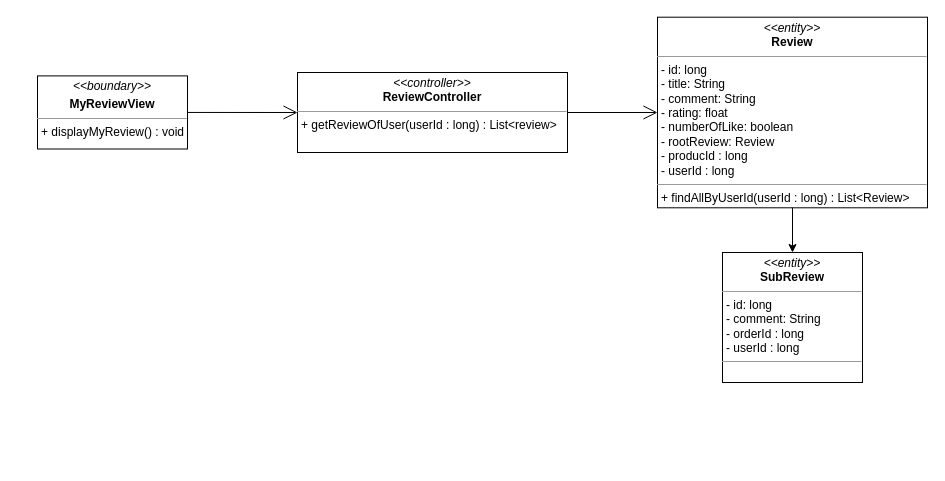
nguyenphamvan/datn_20202 keeps this draw.io diagram as class diagram/view-myReview-class-diagram.drawio. Above is the earlier version. Source tidied: cells renumbered, new cells numbered last; positions are measured from the earlier drawing's top-left corner, leaving out a move shared by most shapes. Both pictures are drawn from the tidied source at 100%, with x=0, y=0 at pixel (37, 17).
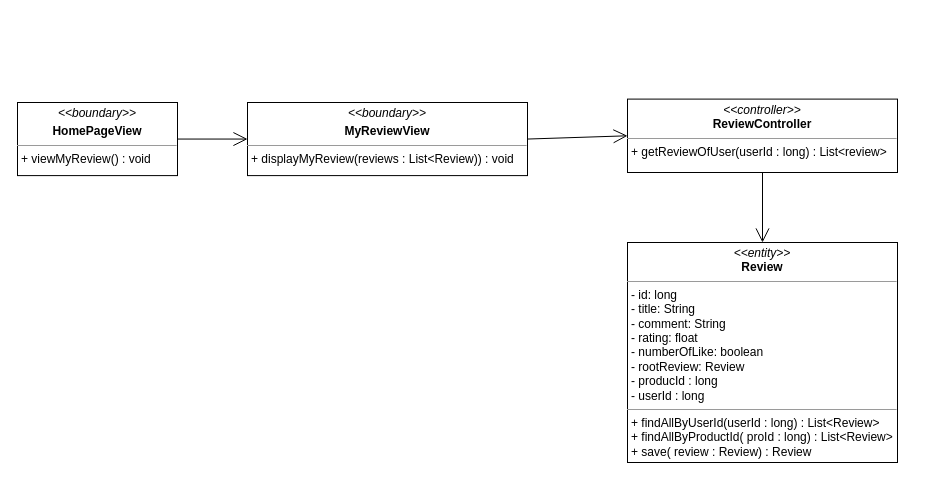
Above is the later version.

Diff of the diagram source:
```diff
@@
 <mxGraphModel>
   <root>
     <mxCell id="0" />
     <mxCell id="1" parent="0" />
-    <mxCell id="2" value="&lt;p style=&quot;margin: 0px ; margin-top: 4px ; text-align: center&quot;&gt;&lt;i&gt;&amp;lt;&amp;lt;boundary&amp;gt;&amp;gt;&lt;/i&gt;&lt;/p&gt;&lt;p style=&quot;margin: 0px ; margin-top: 4px ; text-align: center&quot;&gt;&lt;b&gt;MyReviewView&lt;/b&gt;&lt;/p&gt;&lt;hr size=&quot;1&quot;&gt;&lt;p style=&quot;margin: 0px ; margin-left: 4px&quot;&gt;&lt;span&gt;+ displayMyReview() : void&lt;/span&gt;&lt;br&gt;&lt;/p&gt;" style="verticalAlign=top;align=left;overflow=fill;fontSize=12;fontFamily=Helvetica;html=1;" parent="1" vertex="1">
-      <mxGeometry y="58.4" width="150" height="73.1" as="geometry" />
+    <mxCell id="2" value="&lt;p style=&quot;margin: 0px ; margin-top: 4px ; text-align: center&quot;&gt;&lt;i&gt;&amp;lt;&amp;lt;boundary&amp;gt;&amp;gt;&lt;/i&gt;&lt;/p&gt;&lt;p style=&quot;margin: 0px ; margin-top: 4px ; text-align: center&quot;&gt;&lt;b&gt;MyReviewView&lt;/b&gt;&lt;/p&gt;&lt;hr size=&quot;1&quot;&gt;&lt;p style=&quot;margin: 0px ; margin-left: 4px&quot;&gt;&lt;span&gt;+ displayMyReview(reviews : List&amp;lt;Review)) : void&lt;/span&gt;&lt;br&gt;&lt;/p&gt;" style="verticalAlign=top;align=left;overflow=fill;fontSize=12;fontFamily=Helvetica;html=1;" parent="1" vertex="1">
+      <mxGeometry x="210" y="85" width="280" height="73.1" as="geometry" />
     </mxCell>
     <mxCell id="3" style="endArrow=open;endFill=1;endSize=12;html=1;exitX=1;exitY=0.5;exitDx=0;exitDy=0;entryX=0;entryY=0.5;entryDx=0;entryDy=0;" parent="1" edge="1" source="2" target="5">
       <mxGeometry relative="1" as="geometry" />
     </mxCell>
-    <mxCell id="4" value="&lt;p style=&quot;margin: 0px ; margin-top: 4px ; text-align: center&quot;&gt;&lt;i&gt;&amp;lt;&amp;lt;entity&amp;gt;&amp;gt;&lt;/i&gt;&lt;br&gt;&lt;b&gt;Review&lt;/b&gt;&lt;/p&gt;&lt;hr size=&quot;1&quot;&gt;&lt;p style=&quot;margin: 0px ; margin-left: 4px&quot;&gt;- id: long&lt;/p&gt;&lt;p style=&quot;margin: 0px ; margin-left: 4px&quot;&gt;- title: String&lt;br&gt;- comment: String&lt;/p&gt;&lt;p style=&quot;margin: 0px ; margin-left: 4px&quot;&gt;- rating: float&lt;/p&gt;&lt;p style=&quot;margin: 0px ; margin-left: 4px&quot;&gt;- numberOfLike: boolean&lt;/p&gt;&lt;p style=&quot;margin: 0px ; margin-left: 4px&quot;&gt;- rootReview: Review&lt;/p&gt;&lt;p style=&quot;margin: 0px ; margin-left: 4px&quot;&gt;- producId : long&lt;/p&gt;&lt;p style=&quot;margin: 0px ; margin-left: 4px&quot;&gt;- userId : long&lt;/p&gt;&lt;hr size=&quot;1&quot;&gt;&lt;p style=&quot;margin: 0px ; margin-left: 4px&quot;&gt;+ findAllByUserId(userId : long) : List&amp;lt;Review&amp;gt;&lt;/p&gt;" style="verticalAlign=top;align=left;overflow=fill;fontSize=12;fontFamily=Helvetica;html=1;" parent="1" vertex="1">
-      <mxGeometry x="620" y="-0.3" width="270" height="190.6" as="geometry" />
+    <mxCell id="4" value="&lt;p style=&quot;margin: 0px ; margin-top: 4px ; text-align: center&quot;&gt;&lt;i&gt;&amp;lt;&amp;lt;entity&amp;gt;&amp;gt;&lt;/i&gt;&lt;br&gt;&lt;b&gt;Review&lt;/b&gt;&lt;/p&gt;&lt;hr size=&quot;1&quot;&gt;&lt;p style=&quot;margin: 0px ; margin-left: 4px&quot;&gt;- id: long&lt;/p&gt;&lt;p style=&quot;margin: 0px ; margin-left: 4px&quot;&gt;- title: String&lt;br&gt;- comment: String&lt;/p&gt;&lt;p style=&quot;margin: 0px ; margin-left: 4px&quot;&gt;- rating: float&lt;/p&gt;&lt;p style=&quot;margin: 0px ; margin-left: 4px&quot;&gt;- numberOfLike: boolean&lt;/p&gt;&lt;p style=&quot;margin: 0px ; margin-left: 4px&quot;&gt;- rootReview: Review&lt;/p&gt;&lt;p style=&quot;margin: 0px ; margin-left: 4px&quot;&gt;- producId : long&lt;/p&gt;&lt;p style=&quot;margin: 0px ; margin-left: 4px&quot;&gt;- userId : long&lt;/p&gt;&lt;hr size=&quot;1&quot;&gt;&lt;p style=&quot;margin: 0px ; margin-left: 4px&quot;&gt;&lt;span&gt;+ findAllByUserId(userId : long) : List&amp;lt;Review&amp;gt;&lt;/span&gt;&lt;br&gt;&lt;/p&gt;&lt;p style=&quot;margin: 0px ; margin-left: 4px&quot;&gt;&lt;span&gt;+ findAllByProductId( proId : long) : List&amp;lt;Review&amp;gt;&lt;/span&gt;&lt;/p&gt;&lt;p style=&quot;margin: 0px ; margin-left: 4px&quot;&gt;&lt;span&gt;+ save( review : Review) : Review&lt;/span&gt;&lt;/p&gt;" style="verticalAlign=top;align=left;overflow=fill;fontSize=12;fontFamily=Helvetica;html=1;" parent="1" vertex="1">
+      <mxGeometry x="590" y="225" width="270" height="220" as="geometry" />
     </mxCell>
     <mxCell id="5" value="&lt;p style=&quot;margin: 0px ; margin-top: 4px ; text-align: center&quot;&gt;&lt;i&gt;&amp;lt;&amp;lt;controller&amp;gt;&amp;gt;&lt;/i&gt;&lt;br&gt;&lt;b&gt;ReviewController&lt;/b&gt;&lt;/p&gt;&lt;hr size=&quot;1&quot;&gt;&lt;p style=&quot;margin: 0px ; margin-left: 4px&quot;&gt;+ getReviewOfUser(userId : long) : List&amp;lt;review&amp;gt;&lt;/p&gt;" style="verticalAlign=top;align=left;overflow=fill;fontSize=12;fontFamily=Helvetica;html=1;" parent="1" vertex="1">
-      <mxGeometry x="260" y="55" width="270" height="80" as="geometry" />
+      <mxGeometry x="590" y="81.6" width="270" height="73.4" as="geometry" />
     </mxCell>
     <mxCell id="6" style="endArrow=open;endFill=1;endSize=12;html=1;" parent="1" edge="1" source="5" target="4">
       <mxGeometry relative="1" as="geometry" />
     </mxCell>
-    <mxCell id="7" value="&lt;p style=&quot;margin: 0px ; margin-top: 4px ; text-align: center&quot;&gt;&lt;i&gt;&amp;lt;&amp;lt;entity&amp;gt;&amp;gt;&lt;/i&gt;&lt;br&gt;&lt;b&gt;SubReview&lt;/b&gt;&lt;/p&gt;&lt;hr size=&quot;1&quot;&gt;&lt;p style=&quot;margin: 0px ; margin-left: 4px&quot;&gt;- id: long&lt;/p&gt;&lt;p style=&quot;margin: 0px ; margin-left: 4px&quot;&gt;- comment: String&lt;/p&gt;&lt;p style=&quot;margin: 0px ; margin-left: 4px&quot;&gt;- orderId : long&lt;/p&gt;&lt;p style=&quot;margin: 0px ; margin-left: 4px&quot;&gt;- userId : long&lt;/p&gt;&lt;hr size=&quot;1&quot;&gt;&lt;p style=&quot;margin: 0px ; margin-left: 4px&quot;&gt;&lt;br&gt;&lt;/p&gt;" style="verticalAlign=top;align=left;overflow=fill;fontSize=12;fontFamily=Helvetica;html=1;" parent="1" vertex="1">
-      <mxGeometry x="685" y="235" width="140" height="130" as="geometry" />
-    </mxCell>
-    <mxCell id="8" style="endArrow=classic;html=1;" parent="1" edge="1" source="4" target="7">
-      <mxGeometry relative="1" as="geometry" />
-    </mxCell>
+    <mxCell id="9" value="&lt;p style=&quot;margin: 0px ; margin-top: 4px ; text-align: center&quot;&gt;&lt;i&gt;&amp;lt;&amp;lt;boundary&amp;gt;&amp;gt;&lt;/i&gt;&lt;/p&gt;&lt;p style=&quot;margin: 0px ; margin-top: 4px ; text-align: center&quot;&gt;&lt;b&gt;HomePageView&lt;/b&gt;&lt;/p&gt;&lt;hr size=&quot;1&quot;&gt;&lt;p style=&quot;margin: 0px ; margin-left: 4px&quot;&gt;&lt;span&gt;+ viewMyReview() : void&lt;/span&gt;&lt;br&gt;&lt;/p&gt;" style="verticalAlign=top;align=left;overflow=fill;fontSize=12;fontFamily=Helvetica;html=1;" parent="1" vertex="1">
+      <mxGeometry x="-20" y="85" width="160" height="73.1" as="geometry" />
+    </mxCell>
+    <mxCell id="10" style="endArrow=open;endFill=1;endSize=12;html=1;" parent="1" edge="1" source="9" target="2">
+      <mxGeometry relative="1" as="geometry" />
+    </mxCell>
   </root>
 </mxGraphModel>
```
